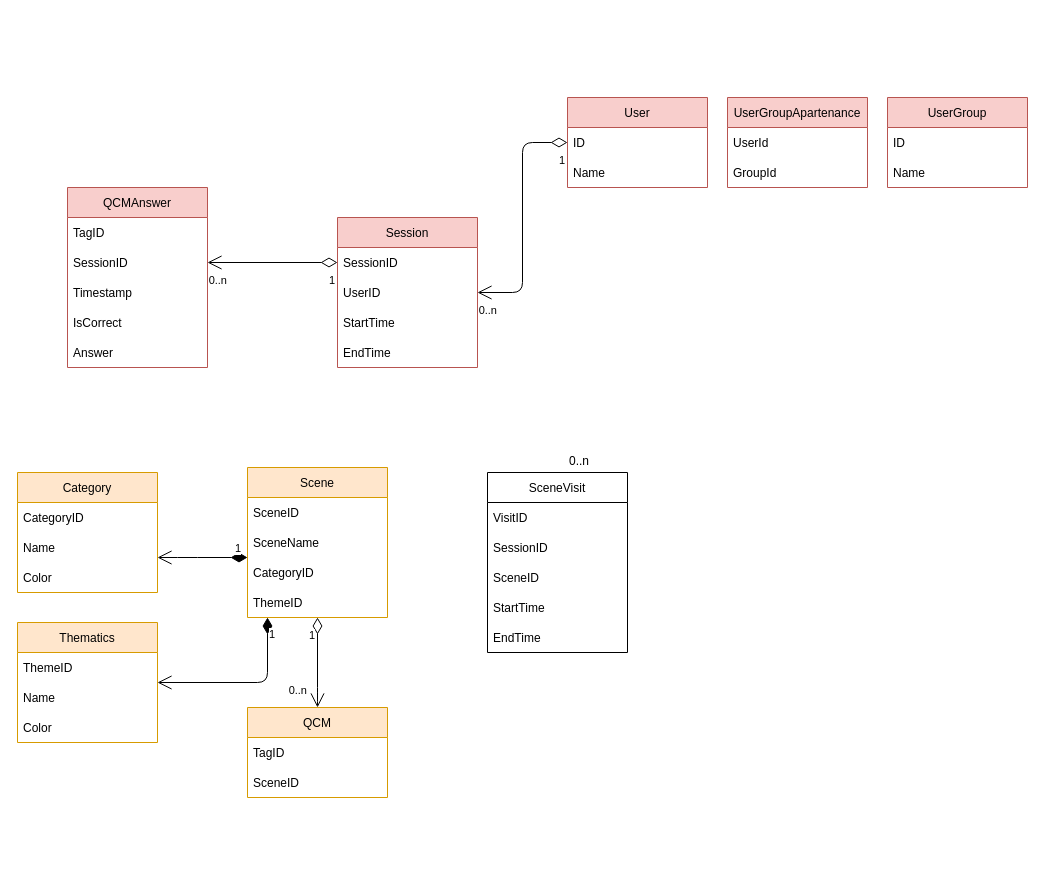
TienYou-Nathan/UptaleDataAnalysis keeps this draw.io diagram as Untitled Diagram.drawio. Above is the earlier version. Source tidied: cells renumbered, new cells numbered last; positions are measured from the earlier drawing's top-left corner, leaving out a move shared by most shapes. Both pictures are drawn from the tidied source at 100%, with x=0, y=0 at pixel (17, 97).
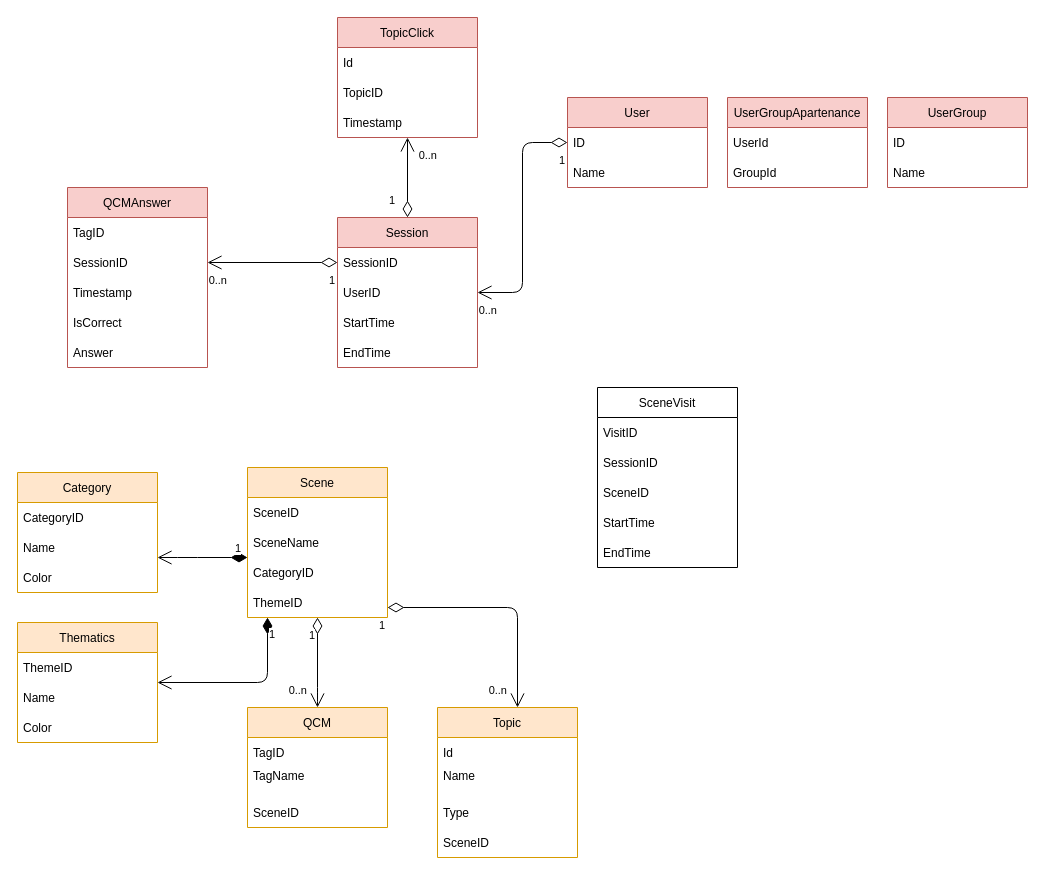
After the change.

The change refers to these unchanged cells:
```xml
<mxCell id="5" value="Session" style="swimlane;fontStyle=0;horizontal=1;startSize=30;fillColor=#f8cecc;strokeColor=#b85450;" parent="1" vertex="1">
  <mxGeometry x="320" y="120" width="140" height="150" as="geometry" />
</mxCell>
<mxCell id="13" value="Scene" style="swimlane;fontStyle=0;horizontal=1;startSize=30;fillColor=#ffe6cc;strokeColor=#d79b00;" parent="1" vertex="1">
  <mxGeometry x="230" y="370" width="140" height="150" as="geometry" />
</mxCell>
```

Diff of the diagram source:
```diff
@@
     <mxCell id="18" value="QCM" style="swimlane;fontStyle=0;horizontal=1;startSize=30;fillColor=#ffe6cc;strokeColor=#d79b00;" parent="1" vertex="1">
-      <mxGeometry x="230" y="610" width="140" height="90" as="geometry" />
+      <mxGeometry x="230" y="610" width="140" height="120" as="geometry" />
     </mxCell>
@@
+    <mxCell id="56" value="TagName&#10;" style="text;strokeColor=none;fillColor=none;align=left;verticalAlign=middle;spacingLeft=4;spacingRight=4;overflow=hidden;" parent="18" vertex="1">
+      <mxGeometry y="60" width="140" height="30" as="geometry" />
+    </mxCell>
     <mxCell id="20" value="SceneID" style="text;strokeColor=none;fillColor=none;align=left;verticalAlign=middle;spacingLeft=4;spacingRight=4;overflow=hidden;" parent="18" vertex="1">
-      <mxGeometry y="60" width="140" height="30" as="geometry" />
+      <mxGeometry y="90" width="140" height="30" as="geometry" />
     </mxCell>
@@
     <mxCell id="33" value="SceneVisit" style="swimlane;fontStyle=0;horizontal=1;startSize=30;" parent="1" vertex="1">
-      <mxGeometry x="470" y="375" width="140" height="180" as="geometry" />
+      <mxGeometry x="580" y="290" width="140" height="180" as="geometry" />
     </mxCell>
@@
-    <mxCell id="39" value="&lt;div&gt;0..n&lt;/div&gt;&lt;div&gt;&lt;br&gt;&lt;/div&gt;" style="text;whiteSpace=wrap;html=1;" parent="1" vertex="1">
-      <mxGeometry x="550" y="350" width="30" height="30" as="geometry" />
-    </mxCell>
@@
+    <mxCell id="57" value="TopicClick" style="swimlane;fontStyle=0;horizontal=1;startSize=30;fillColor=#f8cecc;strokeColor=#b85450;" parent="1" vertex="1">
+      <mxGeometry x="320" y="-80" width="140" height="120" as="geometry" />
+    </mxCell>
+    <mxCell id="58" value="Id" style="text;strokeColor=none;fillColor=none;align=left;verticalAlign=middle;spacingLeft=4;spacingRight=4;overflow=hidden;" parent="57" vertex="1">
+      <mxGeometry y="30" width="140" height="30" as="geometry" />
+    </mxCell>
+    <mxCell id="59" value="TopicID" style="text;strokeColor=none;fillColor=none;align=left;verticalAlign=middle;spacingLeft=4;spacingRight=4;overflow=hidden;" parent="57" vertex="1">
+      <mxGeometry y="60" width="140" height="30" as="geometry" />
+    </mxCell>
+    <mxCell id="60" value="Timestamp" style="text;strokeColor=none;fillColor=none;align=left;verticalAlign=middle;spacingLeft=4;spacingRight=4;overflow=hidden;points=[[0,0.5],[1,0.5]];portConstraint=eastwest;" parent="57" vertex="1">
+      <mxGeometry y="90" width="140" height="30" as="geometry" />
+    </mxCell>
+    <mxCell id="61" value="Topic" style="swimlane;fontStyle=0;horizontal=1;startSize=30;fillColor=#ffe6cc;strokeColor=#d79b00;" parent="1" vertex="1">
+      <mxGeometry x="420" y="610" width="140" height="150" as="geometry" />
+    </mxCell>
+    <mxCell id="62" value="Id" style="text;strokeColor=none;fillColor=none;align=left;verticalAlign=middle;spacingLeft=4;spacingRight=4;overflow=hidden;" parent="61" vertex="1">
+      <mxGeometry y="30" width="140" height="30" as="geometry" />
+    </mxCell>
+    <mxCell id="63" value="Name&#10;" style="text;strokeColor=none;fillColor=none;align=left;verticalAlign=middle;spacingLeft=4;spacingRight=4;overflow=hidden;" parent="61" vertex="1">
+      <mxGeometry y="60" width="140" height="30" as="geometry" />
+    </mxCell>
+    <mxCell id="64" value="Type" style="text;strokeColor=none;fillColor=none;align=left;verticalAlign=middle;spacingLeft=4;spacingRight=4;overflow=hidden;" parent="61" vertex="1">
+      <mxGeometry y="90" width="140" height="30" as="geometry" />
+    </mxCell>
+    <mxCell id="65" value="SceneID" style="text;strokeColor=none;fillColor=none;align=left;verticalAlign=middle;spacingLeft=4;spacingRight=4;overflow=hidden;" parent="61" vertex="1">
+      <mxGeometry y="120" width="140" height="30" as="geometry" />
+    </mxCell>
+    <mxCell id="66" style="endArrow=open;html=1;endSize=12;startArrow=diamondThin;startSize=14;startFill=0;edgeStyle=orthogonalEdgeStyle;exitX=0.5;exitY=0;exitDx=0;exitDy=0;entryX=0.5;entryY=1;entryDx=0;entryDy=0;entryPerimeter=0;" parent="1" edge="1" source="5" target="60">
+      <mxGeometry relative="1" as="geometry" />
+    </mxCell>
+    <mxCell id="67" value="1" style="edgeLabel;html=1;align=left;verticalAlign=top;" parent="66" vertex="1">
+      <mxGeometry x="-1" relative="1" as="geometry">
+        <mxPoint x="-20" y="-30" as="offset" />
+      </mxGeometry>
+    </mxCell>
+    <mxCell id="68" value="0..n" style="edgeLabel;html=1;align=right;verticalAlign=top;" parent="66" vertex="1">
+      <mxGeometry x="1" relative="1" as="geometry">
+        <mxPoint x="30" y="5" as="offset" />
+      </mxGeometry>
+    </mxCell>
+    <mxCell id="69" style="endArrow=open;html=1;endSize=12;startArrow=diamondThin;startSize=14;startFill=0;edgeStyle=orthogonalEdgeStyle;" parent="1" edge="1" source="13" target="61">
+      <mxGeometry relative="1" as="geometry">
+        <Array as="points">
+          <mxPoint x="500" y="510" />
+        </Array>
+      </mxGeometry>
+    </mxCell>
+    <mxCell id="70" value="1" style="edgeLabel;html=1;align=left;verticalAlign=top;" parent="69" vertex="1">
+      <mxGeometry x="-1" relative="1" as="geometry">
+        <mxPoint x="-10" y="5" as="offset" />
+      </mxGeometry>
+    </mxCell>
+    <mxCell id="71" value="0..n" style="edgeLabel;html=1;align=right;verticalAlign=top;" parent="69" vertex="1">
+      <mxGeometry x="1" relative="1" as="geometry">
+        <mxPoint x="-10" y="-30" as="offset" />
+      </mxGeometry>
+    </mxCell>
```
